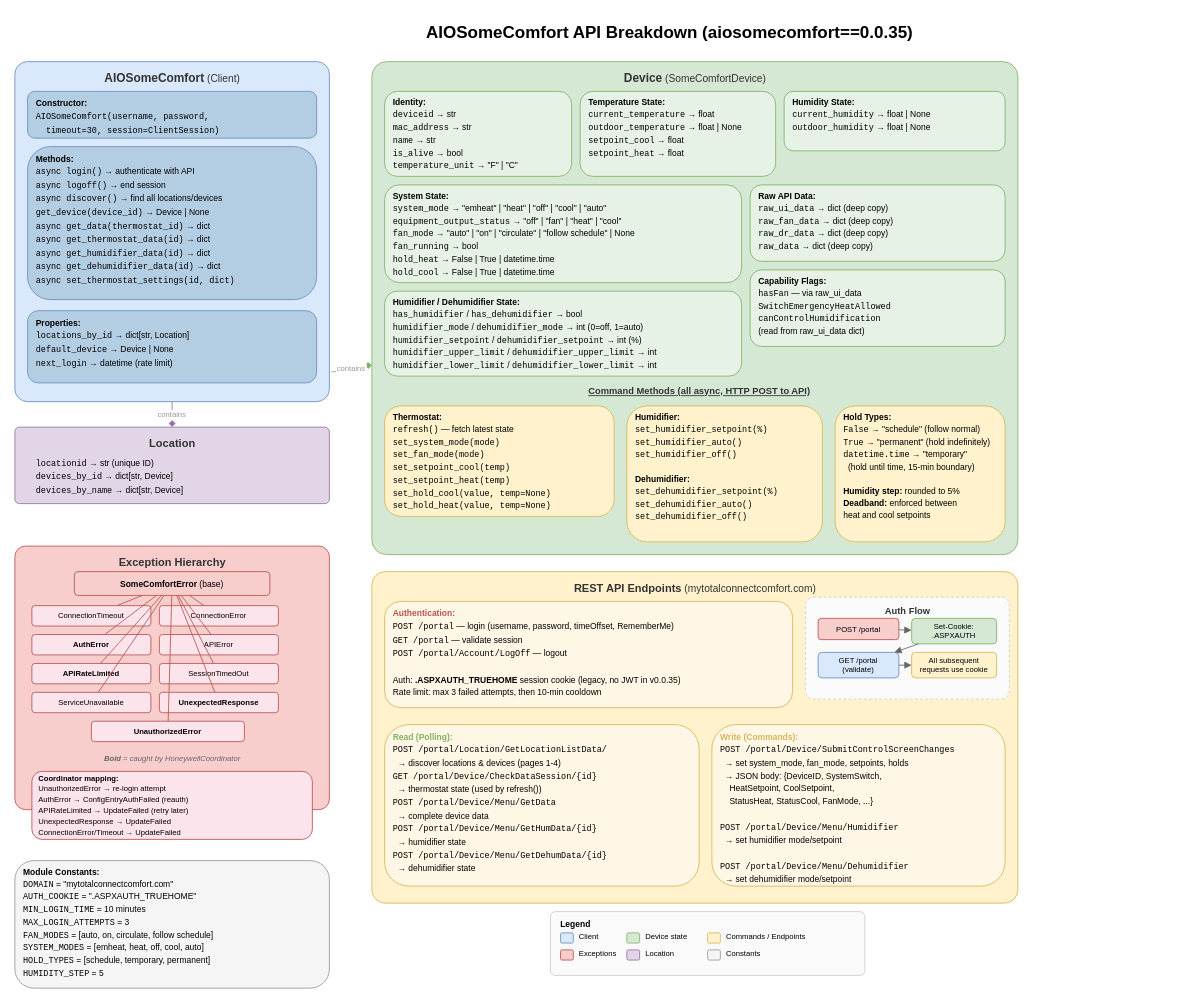
Earlier version of the draw.io diagram page "Honeywell API Breakdown" (5 of 5) of docs/honeywell-architecture.drawio (nabbi/ha-honeywell). Source tidied: cells renumbered, new cells numbered last; positions are measured from the earlier drawing's top-left corner, leaving out a move shared by most shapes. Both pictures are drawn from the tidied source at 85%, with x=0, y=0 at pixel (14, 14).
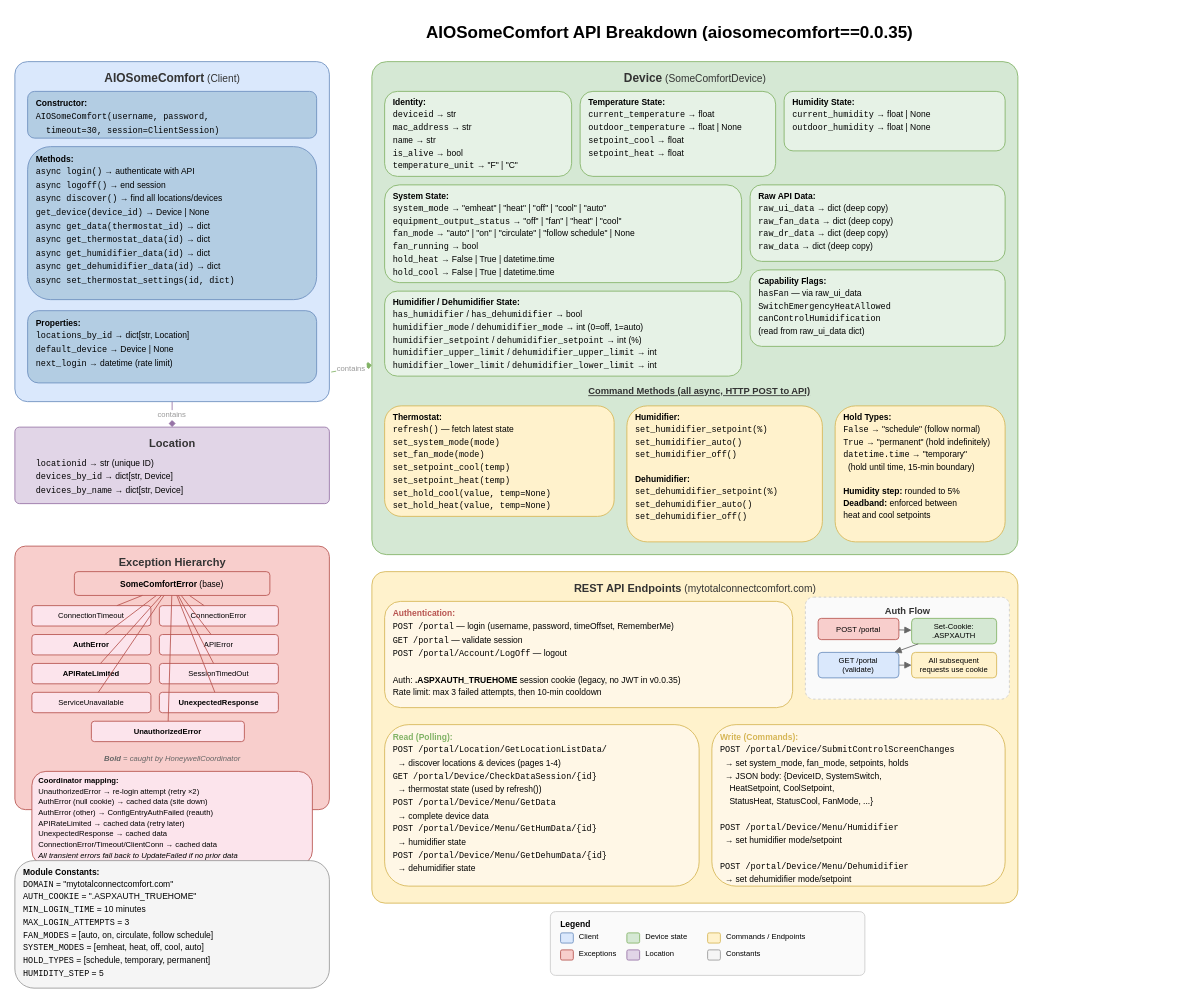
Above is the later version.

Diff of the diagram source:
```diff
@@
-    <mxCell id="48" value="&lt;div style=&quot;text-align:left;font-size:9px;line-height:1.4&quot;&gt;&lt;b&gt;Coordinator mapping:&lt;/b&gt;&lt;br&gt;UnauthorizedError → re-login attempt&lt;br&gt;AuthError → ConfigEntryAuthFailed (reauth)&lt;br&gt;APIRateLimited → UpdateFailed (retry later)&lt;br&gt;UnexpectedResponse → UpdateFailed&lt;br&gt;ConnectionError/Timeout → UpdateFailed&lt;/div&gt;" style="rounded=1;whiteSpace=wrap;html=1;fillColor=#fce4ec;strokeColor=#b85450;fontSize=9;align=left;spacingLeft=6;" parent="1" vertex="1">
-      <mxGeometry x="20" y="890" width="330" height="80" as="geometry" />
+    <mxCell id="48" value="&lt;div style=&quot;text-align:left;font-size:9px;line-height:1.4&quot;&gt;&lt;b&gt;Coordinator mapping:&lt;/b&gt;&lt;br&gt;UnauthorizedError → re-login attempt (retry ×2)&lt;br&gt;AuthError (null cookie) → cached data (site down)&lt;br&gt;AuthError (other) → ConfigEntryAuthFailed (reauth)&lt;br&gt;APIRateLimited → cached data (retry later)&lt;br&gt;UnexpectedResponse → cached data&lt;br&gt;ConnectionError/Timeout/ClientConn → cached data&lt;br&gt;&lt;i&gt;All transient errors fall back to UpdateFailed if no prior data&lt;/i&gt;&lt;/div&gt;" style="rounded=1;whiteSpace=wrap;html=1;fillColor=#fce4ec;strokeColor=#b85450;fontSize=9;align=left;spacingLeft=6;" parent="1" vertex="1">
+      <mxGeometry x="20" y="890" width="330" height="110" as="geometry" />
     </mxCell>
```
